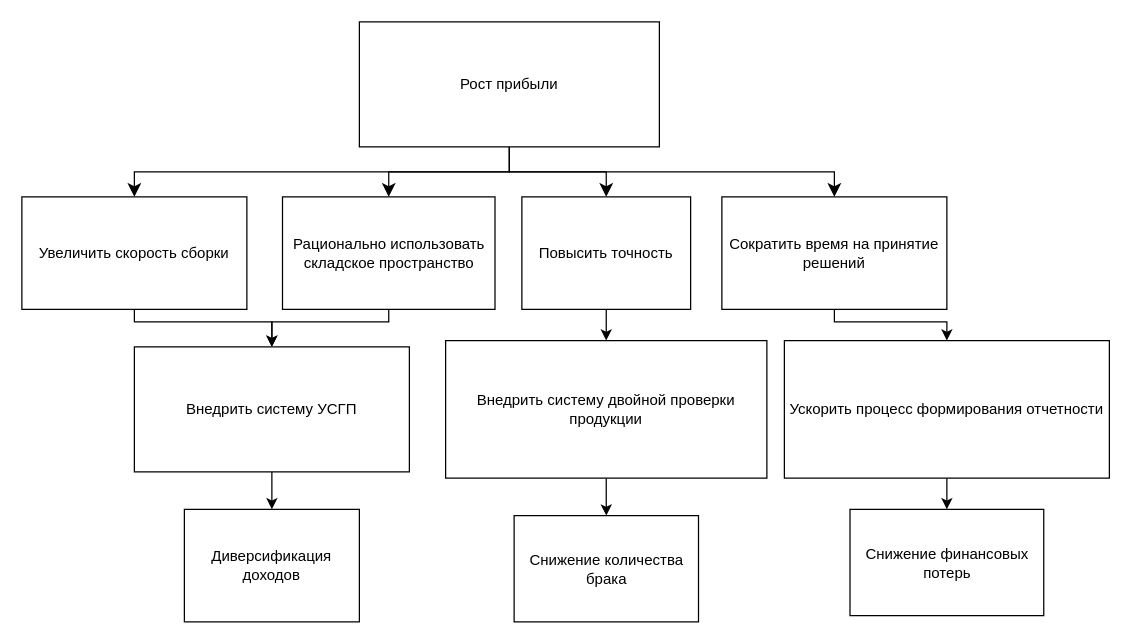
This is ОРТПС_2.drawio from mopsin666/AKMS, a draw.io file, before an edit. Source tidied: cells renumbered, new cells numbered last; positions are measured from the earlier drawing's top-left corner, leaving out a move shared by most shapes. Both pictures are drawn from the tidied source at 125%, with x=0, y=0 at pixel (21, 21).
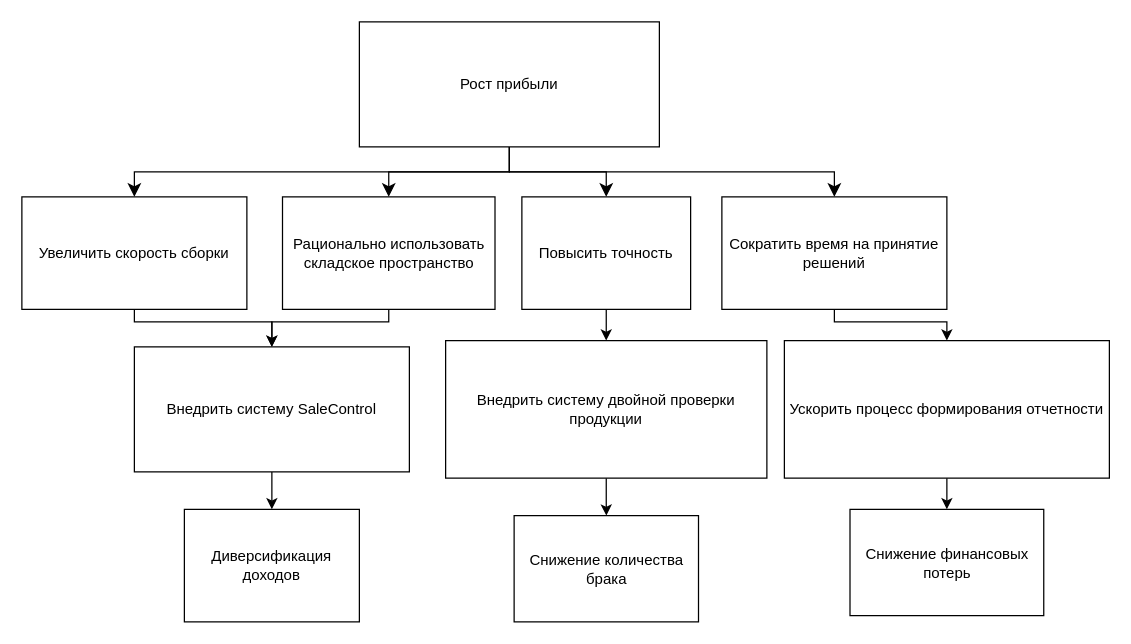
After the change.

Diff of the diagram source:
```diff
@@
-    <mxCell id="4" value="Внедрить систему УСГП" style="rounded=0;whiteSpace=wrap;html=1;" parent="1" vertex="1">
+    <mxCell id="4" value="Внедрить систему SaleControl" style="rounded=0;whiteSpace=wrap;html=1;" parent="1" vertex="1">
       <mxGeometry x="90" y="260" width="220" height="100" as="geometry" />
     </mxCell>
```
